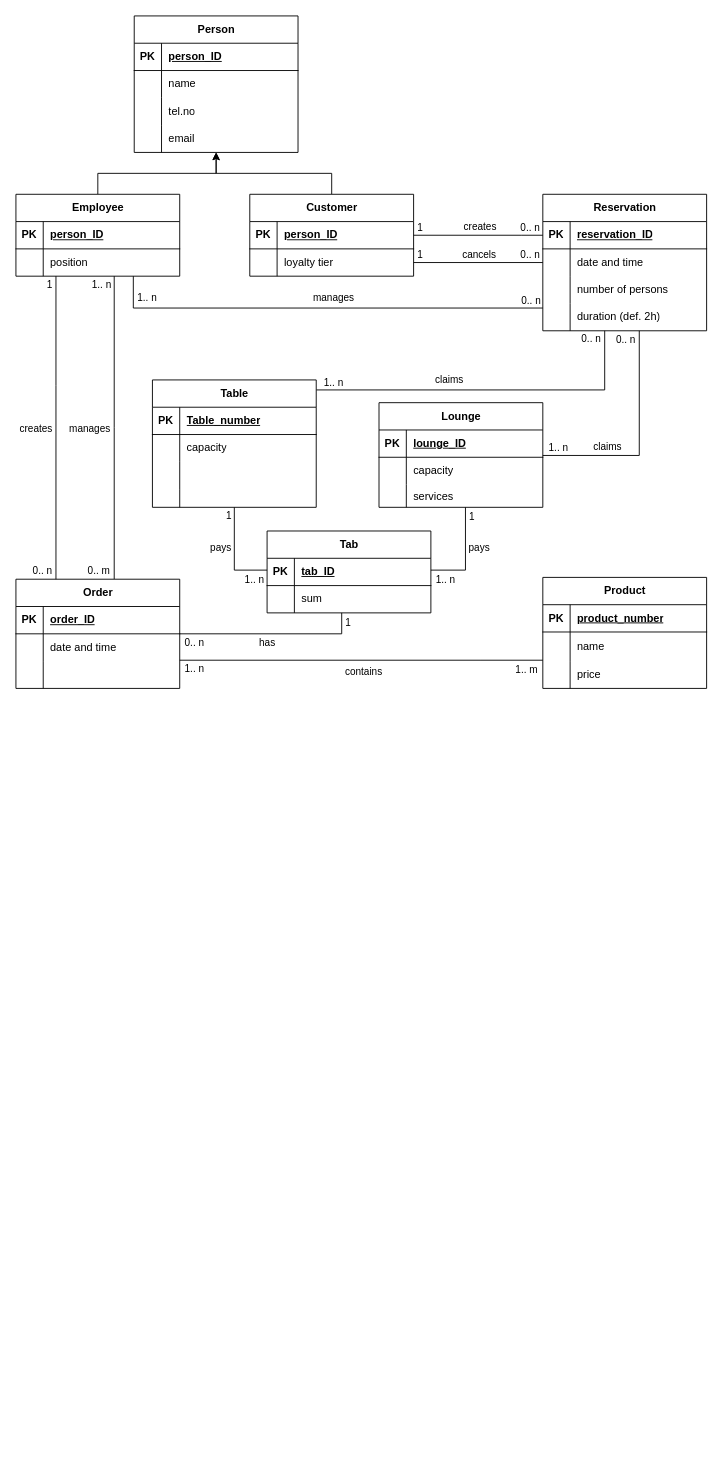
Before: Untitled Diagram.drawio in 5r6t/IDS_project_2025, a draw.io diagram. Source tidied: cells renumbered, new cells numbered last; positions are measured from the earlier drawing's top-left corner, leaving out a move shared by most shapes. Both pictures are drawn from the tidied source at 91%, with x=0, y=0 at pixel (15, 15).
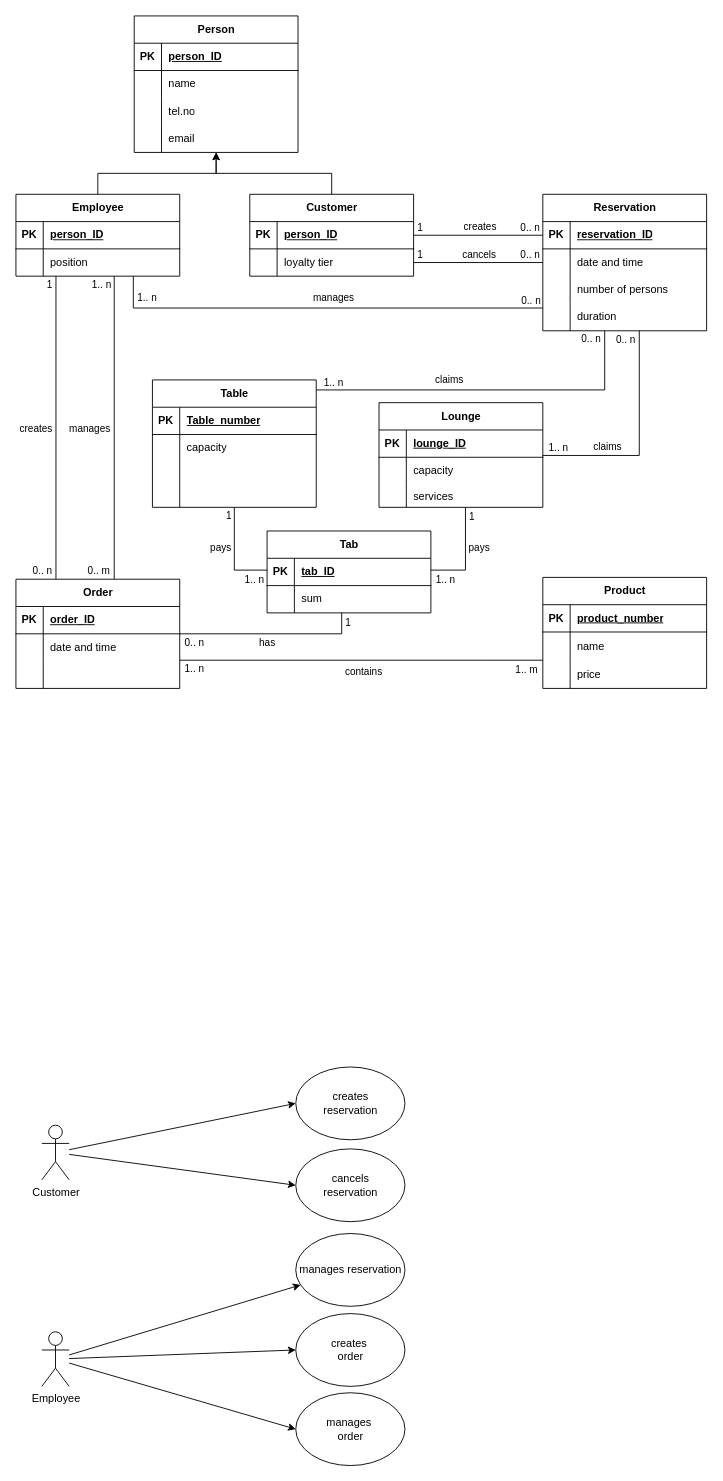
Above is the later version.

Unchanged cells that the change refers to:
```xml
<mxCell id="24" style="shape=tableRow;horizontal=0;startSize=0;swimlaneHead=0;swimlaneBody=0;fillColor=none;top=0;left=0;right=0;bottom=0;" parent="14" vertex="1">
  <mxGeometry y="120" width="180" height="30" as="geometry" />
</mxCell>
```

The edit, as a diff of the source:
```diff
@@
-    <mxCell id="26" value="duration (def. 2h)" style="shape=partialRectangle;fillColor=none;top=0;left=0;bottom=0;right=0;align=left;spacingLeft=6;overflow=hidden;whiteSpace=wrap;html=1;" parent="24" vertex="1">
+    <mxCell id="26" value="&lt;div&gt;duration&lt;/div&gt;" style="shape=partialRectangle;fillColor=none;top=0;left=0;bottom=0;right=0;align=left;spacingLeft=6;overflow=hidden;whiteSpace=wrap;html=1;" parent="24" vertex="1">
       <mxGeometry x="30" width="150" height="30" as="geometry" />
     </mxCell>
@@
+    <mxCell id="138" style="rounded=0;jettySize=auto;html=1;entryX=0;entryY=0.5;entryDx=0;entryDy=0;" parent="1" edge="1" source="141" target="145">
+      <mxGeometry relative="1" as="geometry" />
+    </mxCell>
+    <mxCell id="139" style="rounded=0;jettySize=auto;html=1;entryX=0;entryY=0.5;entryDx=0;entryDy=0;" parent="1" edge="1" source="141" target="146">
+      <mxGeometry relative="1" as="geometry" />
+    </mxCell>
+    <mxCell id="140" style="rounded=0;jettySize=auto;html=1;" parent="1" edge="1" source="141" target="147">
+      <mxGeometry relative="1" as="geometry" />
+    </mxCell>
+    <mxCell id="141" value="Employee" style="shape=umlActor;verticalLabelPosition=bottom;verticalAlign=top;html=1;outlineConnect=0;" parent="1" vertex="1">
+      <mxGeometry x="28.5" y="1446" width="30" height="60" as="geometry" />
+    </mxCell>
+    <mxCell id="142" style="rounded=0;jettySize=auto;html=1;entryX=0;entryY=0.5;entryDx=0;entryDy=0;" parent="1" edge="1" source="144" target="149">
+      <mxGeometry relative="1" as="geometry" />
+    </mxCell>
+    <mxCell id="143" style="rounded=0;jettySize=auto;html=1;entryX=0;entryY=0.5;entryDx=0;entryDy=0;" parent="1" edge="1" source="144" target="148">
+      <mxGeometry relative="1" as="geometry" />
+    </mxCell>
+    <mxCell id="144" value="Customer" style="shape=umlActor;verticalLabelPosition=bottom;verticalAlign=top;html=1;outlineConnect=0;" parent="1" vertex="1">
+      <mxGeometry x="28.5" y="1219" width="30" height="60" as="geometry" />
+    </mxCell>
+    <mxCell id="145" value="&lt;div&gt;creates&amp;nbsp;&lt;/div&gt;&lt;div&gt;order&lt;/div&gt;" style="ellipse;whiteSpace=wrap;html=1;" parent="1" vertex="1">
+      <mxGeometry x="307.5" y="1426" width="120" height="80" as="geometry" />
+    </mxCell>
+    <mxCell id="146" value="&lt;div&gt;manages&amp;nbsp;&lt;/div&gt;&lt;div&gt;order&lt;/div&gt;" style="ellipse;whiteSpace=wrap;html=1;" parent="1" vertex="1">
+      <mxGeometry x="307.5" y="1513" width="120" height="80" as="geometry" />
+    </mxCell>
+    <mxCell id="147" value="manages reservation" style="ellipse;whiteSpace=wrap;html=1;" parent="1" vertex="1">
+      <mxGeometry x="307.5" y="1338" width="120" height="80" as="geometry" />
+    </mxCell>
+    <mxCell id="148" value="&lt;div&gt;cancels&lt;/div&gt;&lt;div&gt;reservation&lt;/div&gt;" style="ellipse;whiteSpace=wrap;html=1;" parent="1" vertex="1">
+      <mxGeometry x="307.5" y="1245" width="120" height="80" as="geometry" />
+    </mxCell>
+    <mxCell id="149" value="&lt;div&gt;creates&lt;/div&gt;&lt;div&gt;reservation&lt;/div&gt;" style="ellipse;whiteSpace=wrap;html=1;" parent="1" vertex="1">
+      <mxGeometry x="307.5" y="1155" width="120" height="80" as="geometry" />
+    </mxCell>
```
